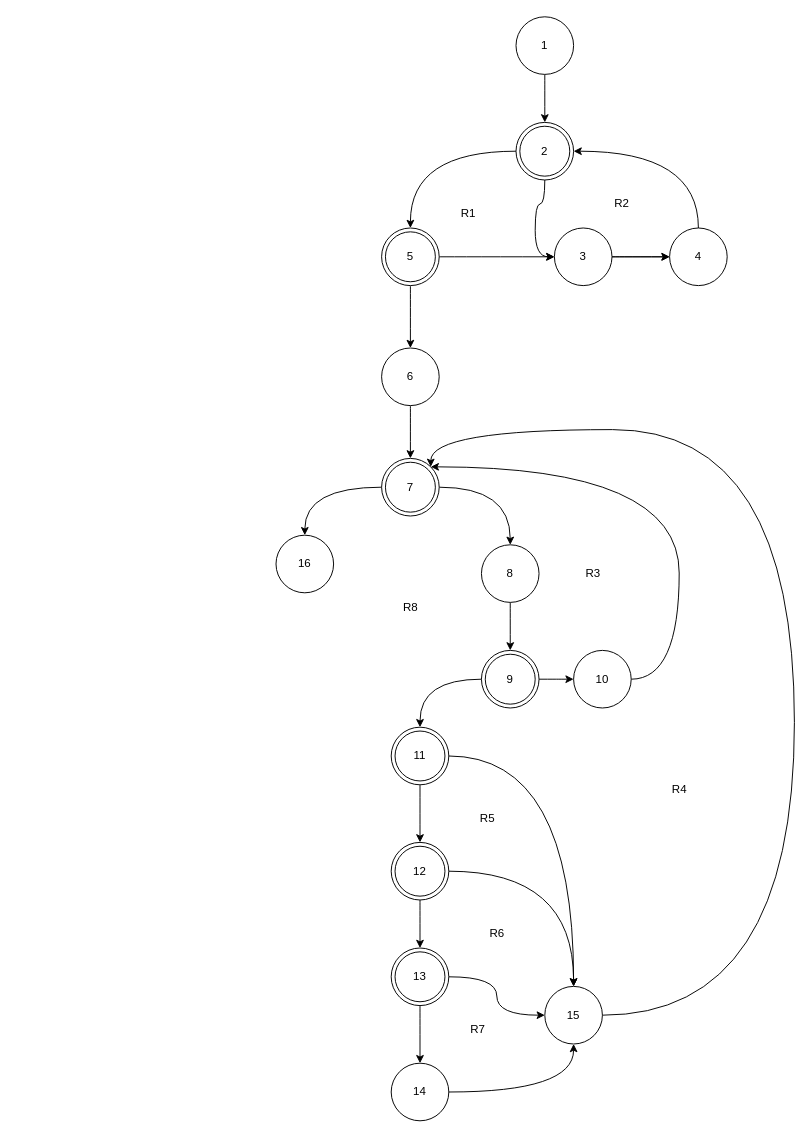
sersh4nt/tpo keeps this draw.io diagram as images/flowgraph.drawio. Above is the earlier version. Source tidied: cells renumbered, new cells numbered last; positions are measured from the earlier drawing's top-left corner, leaving out a move shared by most shapes. Both pictures are drawn from the tidied source at 96%, with x=0, y=0 at pixel (276, 16).
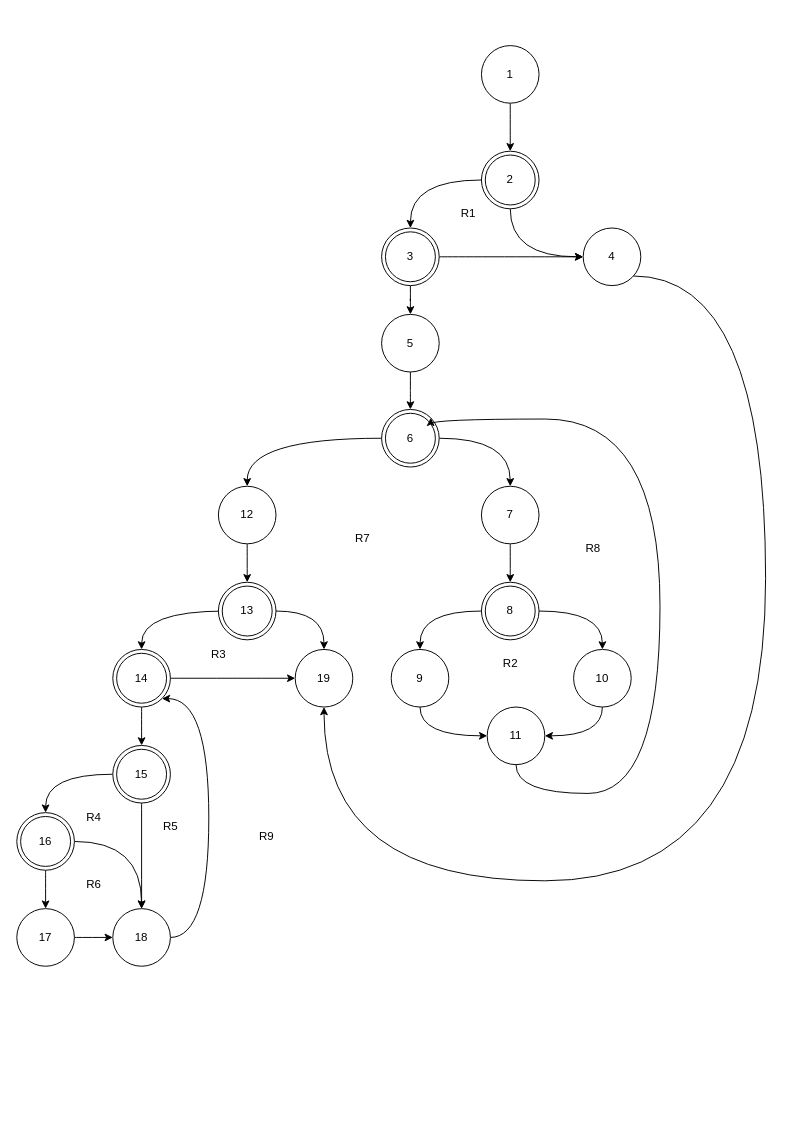
The same page after the edit.

The edit, as a diff of the source:
```diff
@@
     <mxCell id="4" value="2" style="ellipse;shape=doubleEllipse;whiteSpace=wrap;html=1;" parent="1" vertex="1">
-      <mxGeometry x="250" y="110" width="60" height="60" as="geometry" />
+      <mxGeometry x="214" y="140" width="60" height="60" as="geometry" />
     </mxCell>
@@
     <mxCell id="6" value="1" style="ellipse;whiteSpace=wrap;html=1;" parent="1" vertex="1">
-      <mxGeometry x="250" width="60" height="60" as="geometry" />
+      <mxGeometry x="214" y="30" width="60" height="60" as="geometry" />
     </mxCell>
-    <mxCell id="7" style="edgeStyle=orthogonalEdgeStyle;rounded=0;jettySize=auto;html=1;curved=1;" parent="1" edge="1" source="9" target="11">
-      <mxGeometry relative="1" as="geometry" />
-    </mxCell>
-    <mxCell id="8" style="edgeStyle=orthogonalEdgeStyle;curved=1;rounded=0;jettySize=auto;html=1;" parent="1" edge="1" source="9" target="11">
-      <mxGeometry relative="1" as="geometry" />
-    </mxCell>
+    <mxCell id="49" style="edgeStyle=orthogonalEdgeStyle;curved=1;rounded=0;jettySize=auto;html=1;entryX=0.5;entryY=1;entryDx=0;entryDy=0;" parent="1" edge="1" source="9" target="52">
+      <mxGeometry relative="1" as="geometry">
+        <Array as="points">
+          <mxPoint x="510" y="270" />
+          <mxPoint x="510" y="900" />
+          <mxPoint x="50" y="900" />
+        </Array>
+      </mxGeometry>
+    </mxCell>
-    <mxCell id="9" value="3" style="ellipse;whiteSpace=wrap;html=1;" parent="1" vertex="1">
-      <mxGeometry x="290" y="220" width="60" height="60" as="geometry" />
+    <mxCell id="9" value="4" style="ellipse;whiteSpace=wrap;html=1;" parent="1" vertex="1">
+      <mxGeometry x="320" y="220" width="60" height="60" as="geometry" />
     </mxCell>
-    <mxCell id="10" style="edgeStyle=orthogonalEdgeStyle;rounded=0;jettySize=auto;html=1;curved=1;exitX=0.5;exitY=0;exitDx=0;exitDy=0;" parent="1" edge="1" source="11" target="4">
-      <mxGeometry relative="1" as="geometry">
-        <Array as="points">
-          <mxPoint x="440" y="140" />
-        </Array>
-      </mxGeometry>
-    </mxCell>
-    <mxCell id="11" value="4" style="ellipse;whiteSpace=wrap;html=1;" parent="1" vertex="1">
-      <mxGeometry x="410" y="220" width="60" height="60" as="geometry" />
-    </mxCell>
@@
-    <mxCell id="14" value="5" style="ellipse;shape=doubleEllipse;whiteSpace=wrap;html=1;" parent="1" vertex="1">
+    <mxCell id="14" value="3" style="ellipse;shape=doubleEllipse;whiteSpace=wrap;html=1;" parent="1" vertex="1">
       <mxGeometry x="110" y="220" width="60" height="60" as="geometry" />
     </mxCell>
@@
-    <mxCell id="16" value="6" style="ellipse;whiteSpace=wrap;html=1;" parent="1" vertex="1">
-      <mxGeometry x="110" y="345" width="60" height="60" as="geometry" />
+    <mxCell id="16" value="5" style="ellipse;whiteSpace=wrap;html=1;" parent="1" vertex="1">
+      <mxGeometry x="110" y="310" width="60" height="60" as="geometry" />
     </mxCell>
@@
-    <mxCell id="19" value="7" style="ellipse;shape=doubleEllipse;whiteSpace=wrap;html=1;" parent="1" vertex="1">
-      <mxGeometry x="110" y="460" width="60" height="60" as="geometry" />
+    <mxCell id="19" value="6" style="ellipse;shape=doubleEllipse;whiteSpace=wrap;html=1;" parent="1" vertex="1">
+      <mxGeometry x="110" y="409" width="60" height="60" as="geometry" />
     </mxCell>
+    <mxCell id="50" style="edgeStyle=orthogonalEdgeStyle;curved=1;rounded=0;jettySize=auto;html=1;entryX=0.5;entryY=0;entryDx=0;entryDy=0;" parent="1" edge="1" source="20" target="36">
+      <mxGeometry relative="1" as="geometry" />
+    </mxCell>
-    <mxCell id="20" value="16" style="ellipse;whiteSpace=wrap;html=1;" parent="1" vertex="1">
-      <mxGeometry y="540" width="60" height="60" as="geometry" />
+    <mxCell id="20" value="12" style="ellipse;whiteSpace=wrap;html=1;" parent="1" vertex="1">
+      <mxGeometry x="-60" y="489" width="60" height="60" as="geometry" />
     </mxCell>
@@
-    <mxCell id="22" value="8" style="ellipse;whiteSpace=wrap;html=1;" parent="1" vertex="1">
-      <mxGeometry x="214" y="550" width="60" height="60" as="geometry" />
+    <mxCell id="22" value="7" style="ellipse;whiteSpace=wrap;html=1;" parent="1" vertex="1">
+      <mxGeometry x="214" y="489" width="60" height="60" as="geometry" />
     </mxCell>
@@
-    <mxCell id="24" style="edgeStyle=orthogonalEdgeStyle;curved=1;rounded=0;jettySize=auto;html=1;entryX=0.5;entryY=0;entryDx=0;entryDy=0;" parent="1" edge="1" source="25" target="30">
+    <mxCell id="24" style="edgeStyle=orthogonalEdgeStyle;curved=1;rounded=0;jettySize=auto;html=1;" parent="1" edge="1" source="25" target="54">
       <mxGeometry relative="1" as="geometry" />
     </mxCell>
-    <mxCell id="25" value="9" style="ellipse;shape=doubleEllipse;whiteSpace=wrap;html=1;" parent="1" vertex="1">
-      <mxGeometry x="214" y="660" width="60" height="60" as="geometry" />
+    <mxCell id="25" value="8" style="ellipse;shape=doubleEllipse;whiteSpace=wrap;html=1;" parent="1" vertex="1">
+      <mxGeometry x="214" y="589" width="60" height="60" as="geometry" />
     </mxCell>
-    <mxCell id="26" style="edgeStyle=orthogonalEdgeStyle;curved=1;rounded=0;jettySize=auto;html=1;entryX=1;entryY=0;entryDx=0;entryDy=0;exitX=1;exitY=0.5;exitDx=0;exitDy=0;" parent="1" edge="1" source="27" target="19">
-      <mxGeometry relative="1" as="geometry">
-        <Array as="points">
-          <mxPoint x="420" y="690" />
-          <mxPoint x="420" y="469" />
-        </Array>
-      </mxGeometry>
-    </mxCell>
+    <mxCell id="51" style="edgeStyle=orthogonalEdgeStyle;curved=1;rounded=0;jettySize=auto;html=1;entryX=1;entryY=0.5;entryDx=0;entryDy=0;" parent="1" edge="1" source="27" target="30">
+      <mxGeometry relative="1" as="geometry">
+        <Array as="points">
+          <mxPoint x="340" y="749" />
+        </Array>
+      </mxGeometry>
+    </mxCell>
     <mxCell id="27" value="10" style="ellipse;whiteSpace=wrap;html=1;" parent="1" vertex="1">
-      <mxGeometry x="310" y="660" width="60" height="60" as="geometry" />
+      <mxGeometry x="310" y="659" width="60" height="60" as="geometry" />
     </mxCell>
-    <mxCell id="28" style="edgeStyle=orthogonalEdgeStyle;curved=1;rounded=0;jettySize=auto;html=1;" parent="1" edge="1" source="30" target="33">
-      <mxGeometry relative="1" as="geometry" />
-    </mxCell>
-    <mxCell id="29" style="edgeStyle=orthogonalEdgeStyle;curved=1;rounded=0;jettySize=auto;html=1;" parent="1" edge="1" source="30" target="38">
-      <mxGeometry relative="1" as="geometry" />
-    </mxCell>
+    <mxCell id="41" value="R1" style="text;html=1;align=center;verticalAlign=middle;strokeColor=none;fillColor=none;" parent="1" vertex="1">
+      <mxGeometry x="180" y="190" width="40" height="30" as="geometry" />
+    </mxCell>
+    <mxCell id="52" value="19" style="ellipse;whiteSpace=wrap;html=1;" parent="1" vertex="1">
+      <mxGeometry x="20" y="659" width="60" height="60" as="geometry" />
+    </mxCell>
+    <mxCell id="53" style="edgeStyle=orthogonalEdgeStyle;curved=1;rounded=0;jettySize=auto;html=1;entryX=0;entryY=0.5;entryDx=0;entryDy=0;" parent="1" edge="1" source="54" target="30">
+      <mxGeometry relative="1" as="geometry">
+        <Array as="points">
+          <mxPoint x="150" y="749" />
+        </Array>
+      </mxGeometry>
+    </mxCell>
+    <mxCell id="54" value="9" style="ellipse;whiteSpace=wrap;html=1;" parent="1" vertex="1">
+      <mxGeometry x="120" y="659" width="60" height="60" as="geometry" />
+    </mxCell>
+    <mxCell id="55" style="edgeStyle=orthogonalEdgeStyle;curved=1;rounded=0;jettySize=auto;html=1;entryX=1;entryY=0;entryDx=0;entryDy=0;" parent="1" edge="1" source="30" target="19">
+      <mxGeometry relative="1" as="geometry">
+        <Array as="points">
+          <mxPoint x="250" y="809" />
+          <mxPoint x="400" y="809" />
+          <mxPoint x="400" y="419" />
+          <mxPoint x="161" y="419" />
+        </Array>
+      </mxGeometry>
+    </mxCell>
-    <mxCell id="30" value="11" style="ellipse;shape=doubleEllipse;whiteSpace=wrap;html=1;" parent="1" vertex="1">
-      <mxGeometry x="120" y="740" width="60" height="60" as="geometry" />
+    <mxCell id="30" value="11" style="ellipse;whiteSpace=wrap;html=1;" parent="1" vertex="1">
+      <mxGeometry x="220" y="719" width="60" height="60" as="geometry" />
     </mxCell>
-    <mxCell id="31" style="edgeStyle=orthogonalEdgeStyle;curved=1;rounded=0;jettySize=auto;html=1;" parent="1" edge="1" source="33" target="36">
-      <mxGeometry relative="1" as="geometry" />
-    </mxCell>
-    <mxCell id="32" style="edgeStyle=orthogonalEdgeStyle;curved=1;rounded=0;jettySize=auto;html=1;" parent="1" edge="1" source="33" target="38">
-      <mxGeometry relative="1" as="geometry" />
-    </mxCell>
-    <mxCell id="33" value="12" style="ellipse;shape=doubleEllipse;whiteSpace=wrap;html=1;" parent="1" vertex="1">
-      <mxGeometry x="120" y="860" width="60" height="60" as="geometry" />
-    </mxCell>
-    <mxCell id="34" style="edgeStyle=orthogonalEdgeStyle;curved=1;rounded=0;jettySize=auto;html=1;entryX=0;entryY=0.5;entryDx=0;entryDy=0;" parent="1" edge="1" source="36" target="38">
-      <mxGeometry relative="1" as="geometry" />
-    </mxCell>
-    <mxCell id="35" style="edgeStyle=orthogonalEdgeStyle;curved=1;rounded=0;jettySize=auto;html=1;" parent="1" edge="1" source="36" target="40">
-      <mxGeometry relative="1" as="geometry" />
-    </mxCell>
+    <mxCell id="56" style="edgeStyle=orthogonalEdgeStyle;curved=1;rounded=0;jettySize=auto;html=1;" parent="1" edge="1" target="40">
+      <mxGeometry relative="1" as="geometry">
+        <mxPoint x="-52.4" y="619" as="sourcePoint" />
+        <Array as="points">
+          <mxPoint x="-140" y="619" />
+        </Array>
+      </mxGeometry>
+    </mxCell>
+    <mxCell id="57" style="edgeStyle=orthogonalEdgeStyle;curved=1;rounded=0;jettySize=auto;html=1;" parent="1" edge="1" source="36" target="52">
+      <mxGeometry relative="1" as="geometry" />
+    </mxCell>
     <mxCell id="36" value="13" style="ellipse;shape=doubleEllipse;whiteSpace=wrap;html=1;" parent="1" vertex="1">
-      <mxGeometry x="120" y="970" width="60" height="60" as="geometry" />
+      <mxGeometry x="-60" y="589" width="60" height="60" as="geometry" />
     </mxCell>
-    <mxCell id="37" style="edgeStyle=orthogonalEdgeStyle;curved=1;rounded=0;jettySize=auto;html=1;entryX=1;entryY=0;entryDx=0;entryDy=0;" parent="1" edge="1" source="38" target="19">
-      <mxGeometry relative="1" as="geometry">
-        <Array as="points">
-          <mxPoint x="540" y="1040" />
-          <mxPoint x="540" y="430" />
-          <mxPoint x="161" y="430" />
-        </Array>
-      </mxGeometry>
-    </mxCell>
+    <mxCell id="39" style="edgeStyle=orthogonalEdgeStyle;curved=1;rounded=0;jettySize=auto;html=1;" parent="1" edge="1" source="40" target="38">
+      <mxGeometry relative="1" as="geometry" />
+    </mxCell>
+    <mxCell id="58" style="edgeStyle=orthogonalEdgeStyle;curved=1;rounded=0;jettySize=auto;html=1;" parent="1" edge="1" source="40" target="52">
+      <mxGeometry relative="1" as="geometry" />
+    </mxCell>
+    <mxCell id="40" value="14" style="ellipse;shape=doubleEllipse;whiteSpace=wrap;html=1;" parent="1" vertex="1">
+      <mxGeometry x="-170" y="659" width="60" height="60" as="geometry" />
+    </mxCell>
+    <mxCell id="59" style="edgeStyle=orthogonalEdgeStyle;curved=1;rounded=0;jettySize=auto;html=1;entryX=0.5;entryY=0;entryDx=0;entryDy=0;" parent="1" edge="1" source="38" target="67">
+      <mxGeometry relative="1" as="geometry" />
+    </mxCell>
+    <mxCell id="60" style="edgeStyle=orthogonalEdgeStyle;curved=1;rounded=0;jettySize=auto;html=1;" parent="1" edge="1" source="38" target="63">
+      <mxGeometry relative="1" as="geometry" />
+    </mxCell>
-    <mxCell id="38" value="15" style="ellipse;whiteSpace=wrap;html=1;" parent="1" vertex="1">
-      <mxGeometry x="280" y="1010" width="60" height="60" as="geometry" />
+    <mxCell id="38" value="15" style="ellipse;shape=doubleEllipse;whiteSpace=wrap;html=1;" parent="1" vertex="1">
+      <mxGeometry x="-170" y="759" width="60" height="60" as="geometry" />
     </mxCell>
-    <mxCell id="39" style="edgeStyle=orthogonalEdgeStyle;curved=1;rounded=0;jettySize=auto;html=1;" parent="1" edge="1" source="40" target="38">
-      <mxGeometry relative="1" as="geometry" />
-    </mxCell>
-    <mxCell id="40" value="14" style="ellipse;whiteSpace=wrap;html=1;" parent="1" vertex="1">
-      <mxGeometry x="120" y="1090" width="60" height="60" as="geometry" />
-    </mxCell>
-    <mxCell id="41" value="R1" style="text;html=1;align=center;verticalAlign=middle;strokeColor=none;fillColor=none;" parent="1" vertex="1">
-      <mxGeometry x="180" y="190" width="40" height="30" as="geometry" />
-    </mxCell>
+    <mxCell id="61" style="edgeStyle=orthogonalEdgeStyle;curved=1;rounded=0;jettySize=auto;html=1;" parent="1" edge="1" source="63" target="67">
+      <mxGeometry relative="1" as="geometry" />
+    </mxCell>
+    <mxCell id="62" style="edgeStyle=orthogonalEdgeStyle;curved=1;rounded=0;jettySize=auto;html=1;" parent="1" edge="1" source="63" target="65">
+      <mxGeometry relative="1" as="geometry" />
+    </mxCell>
+    <mxCell id="63" value="16" style="ellipse;shape=doubleEllipse;whiteSpace=wrap;html=1;" parent="1" vertex="1">
+      <mxGeometry x="-270" y="829" width="60" height="60" as="geometry" />
+    </mxCell>
+    <mxCell id="64" style="edgeStyle=orthogonalEdgeStyle;curved=1;rounded=0;jettySize=auto;html=1;" parent="1" edge="1" source="65" target="67">
+      <mxGeometry relative="1" as="geometry" />
+    </mxCell>
+    <mxCell id="65" value="17" style="ellipse;whiteSpace=wrap;html=1;" parent="1" vertex="1">
+      <mxGeometry x="-270" y="929" width="60" height="60" as="geometry" />
+    </mxCell>
+    <mxCell id="66" style="edgeStyle=orthogonalEdgeStyle;curved=1;rounded=0;jettySize=auto;html=1;entryX=1;entryY=1;entryDx=0;entryDy=0;" parent="1" edge="1" source="67" target="40">
+      <mxGeometry relative="1" as="geometry">
+        <Array as="points">
+          <mxPoint x="-70" y="959" />
+          <mxPoint x="-70" y="710" />
+        </Array>
+      </mxGeometry>
+    </mxCell>
+    <mxCell id="67" value="18" style="ellipse;whiteSpace=wrap;html=1;" parent="1" vertex="1">
+      <mxGeometry x="-170" y="929" width="60" height="60" as="geometry" />
+    </mxCell>
     <mxCell id="42" value="R2" style="text;html=1;align=center;verticalAlign=middle;strokeColor=none;fillColor=none;" parent="1" vertex="1">
-      <mxGeometry x="340" y="180" width="40" height="30" as="geometry" />
+      <mxGeometry x="224" y="659" width="40" height="30" as="geometry" />
     </mxCell>
     <mxCell id="43" value="R3" style="text;html=1;align=center;verticalAlign=middle;strokeColor=none;fillColor=none;" parent="1" vertex="1">
-      <mxGeometry x="310" y="565" width="40" height="30" as="geometry" />
+      <mxGeometry x="-80" y="649" width="40" height="30" as="geometry" />
     </mxCell>
     <mxCell id="44" value="R4" style="text;html=1;align=center;verticalAlign=middle;strokeColor=none;fillColor=none;" parent="1" vertex="1">
-      <mxGeometry x="400" y="790" width="40" height="30" as="geometry" />
+      <mxGeometry x="-210" y="819" width="40" height="30" as="geometry" />
     </mxCell>
     <mxCell id="45" value="R5" style="text;html=1;align=center;verticalAlign=middle;strokeColor=none;fillColor=none;" parent="1" vertex="1">
-      <mxGeometry x="200" y="820" width="40" height="30" as="geometry" />
+      <mxGeometry x="-130" y="829" width="40" height="30" as="geometry" />
     </mxCell>
     <mxCell id="46" value="R6" style="text;html=1;align=center;verticalAlign=middle;strokeColor=none;fillColor=none;" parent="1" vertex="1">
-      <mxGeometry x="210" y="940" width="40" height="30" as="geometry" />
+      <mxGeometry x="-210" y="889" width="40" height="30" as="geometry" />
     </mxCell>
     <mxCell id="47" value="R7" style="text;html=1;align=center;verticalAlign=middle;strokeColor=none;fillColor=none;" parent="1" vertex="1">
-      <mxGeometry x="190" y="1040" width="40" height="30" as="geometry" />
+      <mxGeometry x="70" y="529" width="40" height="30" as="geometry" />
     </mxCell>
+    <mxCell id="68" value="R9" style="text;html=1;align=center;verticalAlign=middle;strokeColor=none;fillColor=none;" parent="1" vertex="1">
+      <mxGeometry x="-30" y="839" width="40" height="30" as="geometry" />
+    </mxCell>
     <mxCell id="48" value="R8" style="text;html=1;align=center;verticalAlign=middle;strokeColor=none;fillColor=none;" parent="1" vertex="1">
-      <mxGeometry x="120" y="600" width="40" height="30" as="geometry" />
+      <mxGeometry x="310" y="539" width="40" height="30" as="geometry" />
     </mxCell>
```
